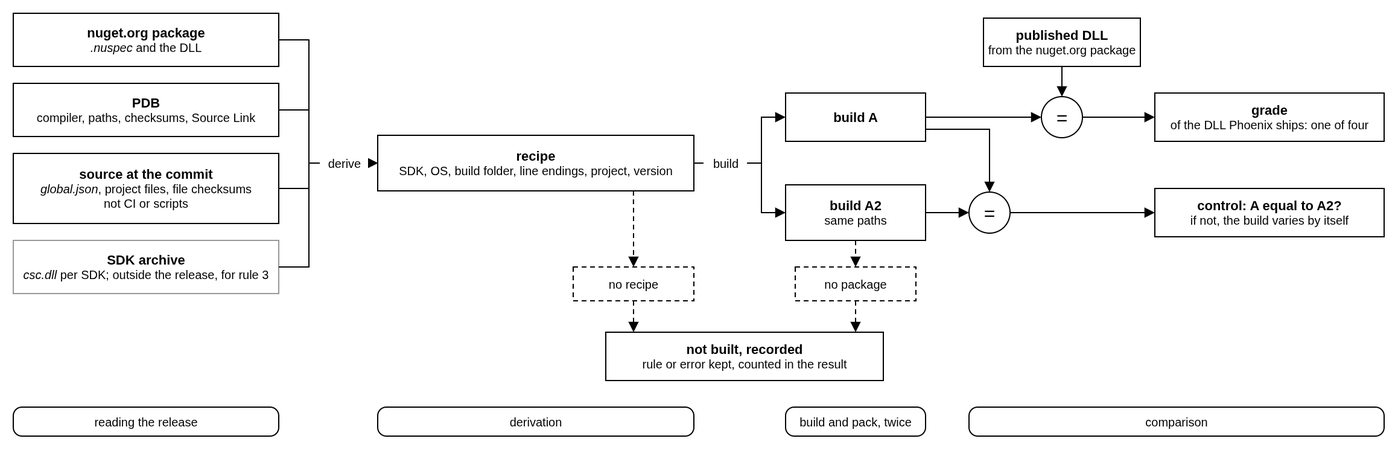
The draw.io diagram 2-dependencies/2b-rebuild/figures/pipeline-2b.drawio.png in leosakharoff/dotnet-rebuild-experiments, before a commit. Source tidied: cells renumbered, new cells last; positions are measured from the earlier drawing's top-left corner, leaving out a move shared by most shapes.
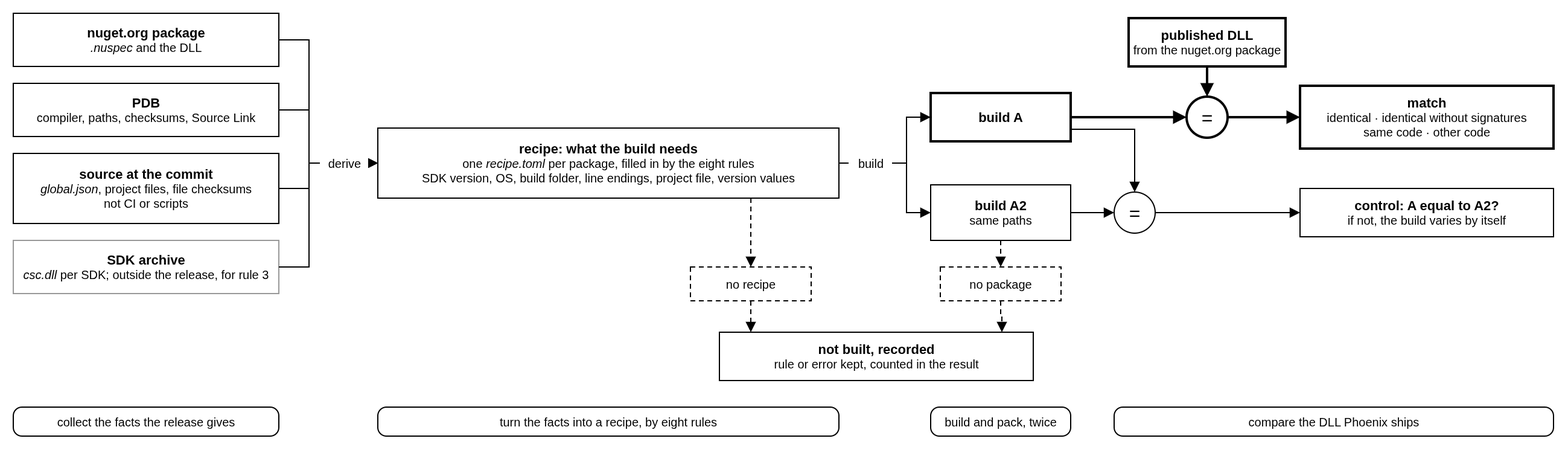
After the change.

Change to the diagram source:
```diff
@@ -14,38 +14,38 @@
     <mxCell id="5" value="&lt;b&gt;&lt;font style=&quot;font-size:11px&quot;&gt;SDK archive&lt;/font&gt;&lt;/b&gt;&lt;br&gt;&lt;i&gt;csc.dll&lt;/i&gt; per SDK; outside the release, for rule 3" style="rounded=0;whiteSpace=wrap;html=1;fillColor=#FFFFFF;strokeColor=#999999;strokeWidth=1;fontSize=10;fontFamily=Helvetica;fontColor=#000000;" parent="1" vertex="1">
       <mxGeometry y="188" width="220" height="44" as="geometry" />
     </mxCell>
-    <mxCell id="6" value="&lt;b&gt;&lt;font style=&quot;font-size:11px&quot;&gt;recipe&lt;/font&gt;&lt;/b&gt;&lt;br&gt;SDK, OS, build folder, line endings, project, version" style="rounded=0;whiteSpace=wrap;html=1;fillColor=#FFFFFF;strokeColor=#000000;strokeWidth=1;fontSize=10;fontFamily=Helvetica;fontColor=#000000;" parent="1" vertex="1">
-      <mxGeometry x="302" y="101" width="262" height="46" as="geometry" />
+    <mxCell id="6" value="&lt;b&gt;&lt;font style=&quot;font-size:11px&quot;&gt;recipe: what the build needs&lt;/font&gt;&lt;/b&gt;&lt;br&gt;one &lt;i&gt;recipe.toml&lt;/i&gt; per package, filled in by the eight rules&lt;br&gt;SDK version, OS, build folder, line endings, project file, version values" style="rounded=0;whiteSpace=wrap;html=1;fillColor=#FFFFFF;strokeColor=#000000;strokeWidth=1;fontSize=10;fontFamily=Helvetica;fontColor=#000000;" parent="1" vertex="1">
+      <mxGeometry x="302" y="95" width="382" height="58" as="geometry" />
     </mxCell>
     <mxCell id="7" value="no recipe" style="rounded=0;whiteSpace=wrap;html=1;fillColor=#FFFFFF;strokeColor=#000000;strokeWidth=1;fontSize=10;fontFamily=Helvetica;fontColor=#000000;dashed=1;dashPattern=4 3;" parent="1" vertex="1">
-      <mxGeometry x="464" y="210" width="100" height="28" as="geometry" />
+      <mxGeometry x="561" y="210" width="100" height="28" as="geometry" />
     </mxCell>
-    <mxCell id="8" value="&lt;b&gt;&lt;font style=&quot;font-size:11px&quot;&gt;build A&lt;/font&gt;&lt;/b&gt;" style="rounded=0;whiteSpace=wrap;html=1;fillColor=#FFFFFF;strokeColor=#000000;strokeWidth=1;fontSize=10;fontFamily=Helvetica;fontColor=#000000;" parent="1" vertex="1">
-      <mxGeometry x="640" y="66" width="116" height="40" as="geometry" />
+    <mxCell id="8" value="&lt;b&gt;&lt;font style=&quot;font-size:11px&quot;&gt;build A&lt;/font&gt;&lt;/b&gt;" style="rounded=0;whiteSpace=wrap;html=1;fillColor=#FFFFFF;strokeColor=#000000;strokeWidth=2;fontSize=10;fontFamily=Helvetica;fontColor=#000000;" parent="1" vertex="1">
+      <mxGeometry x="760" y="66" width="116" height="40" as="geometry" />
     </mxCell>
     <mxCell id="9" value="&lt;b&gt;&lt;font style=&quot;font-size:11px&quot;&gt;build A2&lt;/font&gt;&lt;/b&gt;&lt;br&gt;same paths" style="rounded=0;whiteSpace=wrap;html=1;fillColor=#FFFFFF;strokeColor=#000000;strokeWidth=1;fontSize=10;fontFamily=Helvetica;fontColor=#000000;" parent="1" vertex="1">
-      <mxGeometry x="640" y="142" width="116" height="46" as="geometry" />
+      <mxGeometry x="760" y="142" width="116" height="46" as="geometry" />
     </mxCell>
     <mxCell id="10" value="no package" style="rounded=0;whiteSpace=wrap;html=1;fillColor=#FFFFFF;strokeColor=#000000;strokeWidth=1;fontSize=10;fontFamily=Helvetica;fontColor=#000000;dashed=1;dashPattern=4 3;" parent="1" vertex="1">
-      <mxGeometry x="648" y="210" width="100" height="28" as="geometry" />
+      <mxGeometry x="768" y="210" width="100" height="28" as="geometry" />
     </mxCell>
     <mxCell id="11" value="&lt;b&gt;&lt;font style=&quot;font-size:11px&quot;&gt;not built, recorded&lt;/font&gt;&lt;/b&gt;&lt;br&gt;rule or error kept, counted in the result" style="rounded=0;whiteSpace=wrap;html=1;fillColor=#FFFFFF;strokeColor=#000000;strokeWidth=1;fontSize=10;fontFamily=Helvetica;fontColor=#000000;" parent="1" vertex="1">
-      <mxGeometry x="491" y="264" width="230" height="40" as="geometry" />
+      <mxGeometry x="585" y="264" width="260" height="40" as="geometry" />
     </mxCell>
     <mxCell id="12" value="=" style="ellipse;whiteSpace=wrap;html=1;fillColor=#FFFFFF;strokeColor=#000000;strokeWidth=1;fontSize=16;fontFamily=Helvetica;fontColor=#000000;" parent="1" vertex="1">
-      <mxGeometry x="792" y="148" width="34" height="34" as="geometry" />
+      <mxGeometry x="912" y="148" width="34" height="34" as="geometry" />
     </mxCell>
-    <mxCell id="13" value="=" style="ellipse;whiteSpace=wrap;html=1;fillColor=#FFFFFF;strokeColor=#000000;strokeWidth=1;fontSize=16;fontFamily=Helvetica;fontColor=#000000;" parent="1" vertex="1">
-      <mxGeometry x="852" y="69" width="34" height="34" as="geometry" />
+    <mxCell id="13" value="=" style="ellipse;whiteSpace=wrap;html=1;fillColor=#FFFFFF;strokeColor=#000000;strokeWidth=2;fontSize=16;fontFamily=Helvetica;fontColor=#000000;" parent="1" vertex="1">
+      <mxGeometry x="972" y="69" width="34" height="34" as="geometry" />
     </mxCell>
-    <mxCell id="14" value="&lt;b&gt;&lt;font style=&quot;font-size:11px&quot;&gt;published DLL&lt;/font&gt;&lt;/b&gt;&lt;br&gt;from the nuget.org package" style="rounded=0;whiteSpace=wrap;html=1;fillColor=#FFFFFF;strokeColor=#000000;strokeWidth=1;fontSize=10;fontFamily=Helvetica;fontColor=#000000;" parent="1" vertex="1">
-      <mxGeometry x="804" y="4" width="130" height="40" as="geometry" />
+    <mxCell id="14" value="&lt;b&gt;&lt;font style=&quot;font-size:11px&quot;&gt;published DLL&lt;/font&gt;&lt;/b&gt;&lt;br&gt;from the nuget.org package" style="rounded=0;whiteSpace=wrap;html=1;fillColor=#FFFFFF;strokeColor=#000000;strokeWidth=2;fontSize=10;fontFamily=Helvetica;fontColor=#000000;" parent="1" vertex="1">
+      <mxGeometry x="924" y="4" width="130" height="40" as="geometry" />
     </mxCell>
-    <mxCell id="15" value="&lt;b&gt;&lt;font style=&quot;font-size:11px&quot;&gt;grade&lt;/font&gt;&lt;/b&gt;&lt;br&gt;of the DLL Phoenix ships: one of four" style="rounded=0;whiteSpace=wrap;html=1;fillColor=#FFFFFF;strokeColor=#000000;strokeWidth=1;fontSize=10;fontFamily=Helvetica;fontColor=#000000;" parent="1" vertex="1">
-      <mxGeometry x="946" y="66" width="190" height="40" as="geometry" />
-    </mxCell>
+    <mxCell id="39" value="&lt;b&gt;&lt;font style=&quot;font-size:11px&quot;&gt;match&lt;/font&gt;&lt;/b&gt;&lt;br&gt;identical · identical without signatures&lt;br&gt;same code · other code" style="rounded=0;whiteSpace=wrap;html=1;fillColor=#FFFFFF;strokeColor=#000000;strokeWidth=2;fontSize=10;fontFamily=Helvetica;fontColor=#000000;" parent="1" vertex="1">
+      <mxGeometry x="1066" y="60" width="210" height="52" as="geometry" />
+    </mxCell>
     <mxCell id="16" value="&lt;b&gt;&lt;font style=&quot;font-size:11px&quot;&gt;control: A equal to A2?&lt;/font&gt;&lt;/b&gt;&lt;br&gt;if not, the build varies by itself" style="rounded=0;whiteSpace=wrap;html=1;fillColor=#FFFFFF;strokeColor=#000000;strokeWidth=1;fontSize=10;fontFamily=Helvetica;fontColor=#000000;" parent="1" vertex="1">
-      <mxGeometry x="946" y="145" width="190" height="40" as="geometry" />
+      <mxGeometry x="1066" y="145" width="210" height="40" as="geometry" />
     </mxCell>
     <mxCell id="17" style="edgeStyle=orthogonalEdgeStyle;rounded=0;html=1;endArrow=block;endSize=6;strokeColor=#000000;strokeWidth=1;exitX=1;exitY=0.5;entryX=0;entryY=0.5;" parent="1" edge="1" source="2" target="6">
       <mxGeometry relative="1" as="geometry">
@@ -88,21 +88,21 @@
     <mxCell id="23" style="edgeStyle=orthogonalEdgeStyle;rounded=0;html=1;endArrow=block;endSize=6;strokeColor=#000000;strokeWidth=1;exitX=1;exitY=0.5;entryX=0;entryY=0.5;" parent="1" edge="1" source="6" target="8">
       <mxGeometry relative="1" as="geometry">
         <Array as="points">
-          <mxPoint x="620" y="124" />
-          <mxPoint x="620" y="86" />
+          <mxPoint x="740" y="124" />
+          <mxPoint x="740" y="86" />
         </Array>
       </mxGeometry>
     </mxCell>
     <mxCell id="24" style="edgeStyle=orthogonalEdgeStyle;rounded=0;html=1;endArrow=block;endSize=6;strokeColor=#000000;strokeWidth=1;exitX=1;exitY=0.5;entryX=0;entryY=0.5;" parent="1" edge="1" source="6" target="9">
       <mxGeometry relative="1" as="geometry">
         <Array as="points">
-          <mxPoint x="620" y="124" />
-          <mxPoint x="620" y="165" />
+          <mxPoint x="740" y="124" />
+          <mxPoint x="740" y="165" />
         </Array>
       </mxGeometry>
     </mxCell>
     <mxCell id="25" value="build" style="text;html=1;align=center;verticalAlign=middle;fillColor=#FFFFFF;fontSize=10;fontFamily=Helvetica;fontColor=#000000;" parent="1" vertex="1">
-      <mxGeometry x="572" y="116" width="36" height="16" as="geometry" />
+      <mxGeometry x="692" y="116" width="36" height="16" as="geometry" />
     </mxCell>
     <mxCell id="26" style="edgeStyle=orthogonalEdgeStyle;rounded=0;html=1;endArrow=block;endSize=6;strokeColor=#000000;strokeWidth=1;dashed=1;dashPattern=4 3;exitX=0.5;exitY=1;entryX=0.5;entryY=0;" parent="1" edge="1" source="9" target="10">
       <mxGeometry relative="1" as="geometry" />
@@ -113,19 +113,19 @@
     <mxCell id="28" style="edgeStyle=orthogonalEdgeStyle;rounded=0;html=1;endArrow=block;endSize=6;strokeColor=#000000;strokeWidth=1;dashed=1;dashPattern=4 3;exitX=0.5;exitY=1;entryX=0.9;entryY=0;" parent="1" edge="1" source="10" target="11">
       <mxGeometry relative="1" as="geometry" />
     </mxCell>
-    <mxCell id="29" style="edgeStyle=orthogonalEdgeStyle;rounded=0;html=1;endArrow=block;endSize=6;strokeColor=#000000;strokeWidth=1;exitX=1;exitY=0.5;entryX=0;entryY=0.5;" parent="1" edge="1" source="8" target="13">
+    <mxCell id="29" style="edgeStyle=orthogonalEdgeStyle;rounded=0;html=1;endArrow=block;endSize=6;strokeColor=#000000;strokeWidth=2;exitX=1;exitY=0.5;entryX=0;entryY=0.5;" parent="1" edge="1" source="8" target="13">
       <mxGeometry relative="1" as="geometry" />
     </mxCell>
-    <mxCell id="30" style="edgeStyle=orthogonalEdgeStyle;rounded=0;html=1;endArrow=block;endSize=6;strokeColor=#000000;strokeWidth=1;exitX=0.5;exitY=1;entryX=0.5;entryY=0;" parent="1" edge="1" source="14" target="13">
+    <mxCell id="30" style="edgeStyle=orthogonalEdgeStyle;rounded=0;html=1;endArrow=block;endSize=6;strokeColor=#000000;strokeWidth=2;exitX=0.5;exitY=1;entryX=0.5;entryY=0;" parent="1" edge="1" source="14" target="13">
       <mxGeometry relative="1" as="geometry" />
     </mxCell>
-    <mxCell id="31" style="edgeStyle=orthogonalEdgeStyle;rounded=0;html=1;endArrow=block;endSize=6;strokeColor=#000000;strokeWidth=1;exitX=1;exitY=0.5;entryX=0;entryY=0.5;" parent="1" edge="1" source="13" target="15">
-      <mxGeometry relative="1" as="geometry" />
-    </mxCell>
+    <mxCell id="40" style="edgeStyle=orthogonalEdgeStyle;rounded=0;html=1;endArrow=block;endSize=6;strokeColor=#000000;strokeWidth=2;exitX=1;exitY=0.5;entryX=0;entryY=0.5;" parent="1" edge="1" source="13" target="39">
+      <mxGeometry relative="1" as="geometry" />
+    </mxCell>
     <mxCell id="32" style="edgeStyle=orthogonalEdgeStyle;rounded=0;html=1;endArrow=block;endSize=6;strokeColor=#000000;strokeWidth=1;exitX=1;exitY=0.75;entryX=0.5;entryY=0;" parent="1" edge="1" source="8" target="12">
       <mxGeometry relative="1" as="geometry">
         <Array as="points">
-          <mxPoint x="809" y="96" />
+          <mxPoint x="929" y="96" />
         </Array>
       </mxGeometry>
     </mxCell>
@@ -135,17 +135,17 @@
     <mxCell id="34" style="edgeStyle=orthogonalEdgeStyle;rounded=0;html=1;endArrow=block;endSize=6;strokeColor=#000000;strokeWidth=1;exitX=1;exitY=0.5;entryX=0;entryY=0.5;" parent="1" edge="1" source="12" target="16">
       <mxGeometry relative="1" as="geometry" />
     </mxCell>
-    <mxCell id="35" value="reading the release" style="rounded=1;whiteSpace=wrap;html=1;arcSize=30;fillColor=#FFFFFF;strokeColor=#000000;strokeWidth=1;fontSize=10;fontFamily=Helvetica;fontColor=#000000;" parent="1" vertex="1">
+    <mxCell id="35" value="collect the facts the release gives" style="rounded=1;whiteSpace=wrap;html=1;arcSize=30;fillColor=#FFFFFF;strokeColor=#000000;strokeWidth=1;fontSize=10;fontFamily=Helvetica;fontColor=#000000;" parent="1" vertex="1">
       <mxGeometry y="326" width="220" height="24" as="geometry" />
     </mxCell>
-    <mxCell id="36" value="derivation" style="rounded=1;whiteSpace=wrap;html=1;arcSize=30;fillColor=#FFFFFF;strokeColor=#000000;strokeWidth=1;fontSize=10;fontFamily=Helvetica;fontColor=#000000;" parent="1" vertex="1">
-      <mxGeometry x="302" y="326" width="262" height="24" as="geometry" />
+    <mxCell id="36" value="turn the facts into a recipe, by eight rules" style="rounded=1;whiteSpace=wrap;html=1;arcSize=30;fillColor=#FFFFFF;strokeColor=#000000;strokeWidth=1;fontSize=10;fontFamily=Helvetica;fontColor=#000000;" parent="1" vertex="1">
+      <mxGeometry x="302" y="326" width="382" height="24" as="geometry" />
     </mxCell>
     <mxCell id="37" value="build and pack, twice" style="rounded=1;whiteSpace=wrap;html=1;arcSize=30;fillColor=#FFFFFF;strokeColor=#000000;strokeWidth=1;fontSize=10;fontFamily=Helvetica;fontColor=#000000;" parent="1" vertex="1">
-      <mxGeometry x="640" y="326" width="116" height="24" as="geometry" />
+      <mxGeometry x="760" y="326" width="116" height="24" as="geometry" />
     </mxCell>
-    <mxCell id="38" value="comparison" style="rounded=1;whiteSpace=wrap;html=1;arcSize=30;fillColor=#FFFFFF;strokeColor=#000000;strokeWidth=1;fontSize=10;fontFamily=Helvetica;fontColor=#000000;" parent="1" vertex="1">
-      <mxGeometry x="792" y="326" width="344" height="24" as="geometry" />
+    <mxCell id="38" value="compare the DLL Phoenix ships" style="rounded=1;whiteSpace=wrap;html=1;arcSize=30;fillColor=#FFFFFF;strokeColor=#000000;strokeWidth=1;fontSize=10;fontFamily=Helvetica;fontColor=#000000;" parent="1" vertex="1">
+      <mxGeometry x="912" y="326" width="364" height="24" as="geometry" />
     </mxCell>
   </root>
 </mxGraphModel>
```
